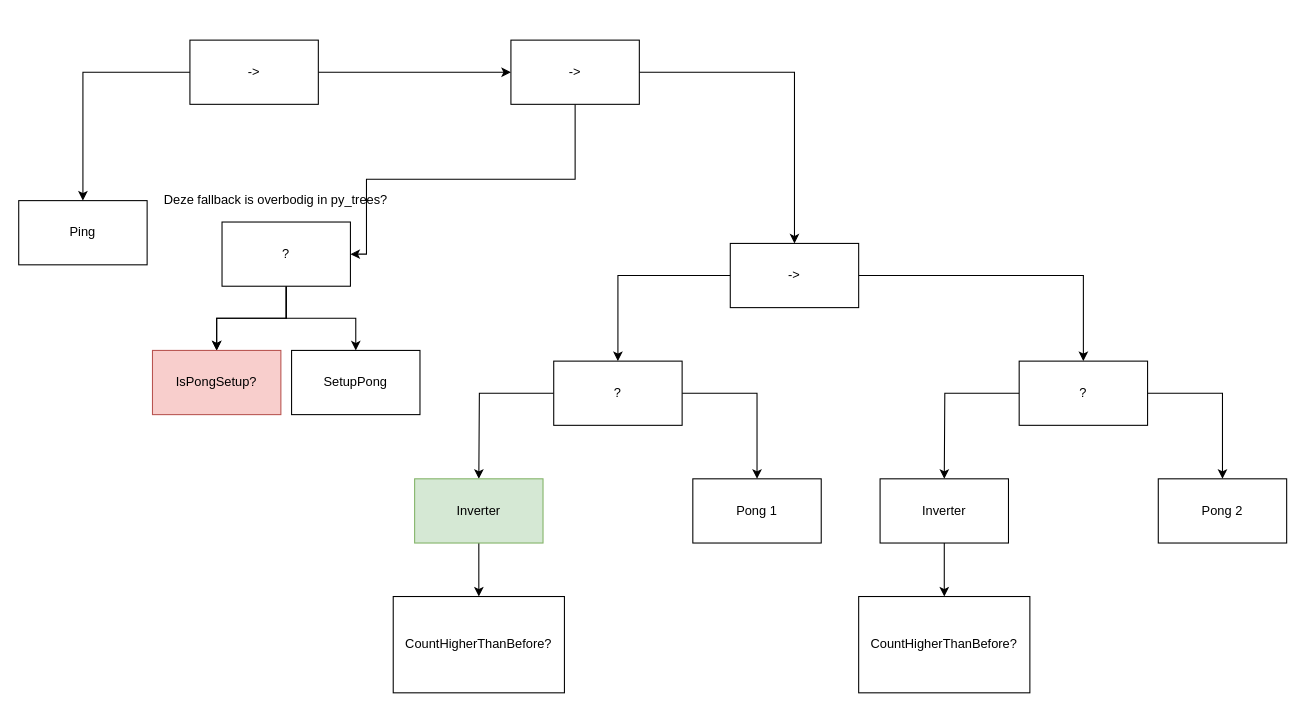
Before: Behaviour trees /ping pong/BT ping pong.drawio in BartvanS/sem-6-tech, a draw.io diagram. Source tidied: cells renumbered, new cells numbered last; positions are measured from the earlier drawing's top-left corner, leaving out a move shared by most shapes. Both pictures are drawn from the tidied source at 107%, with x=0, y=0 at pixel (18, 40).
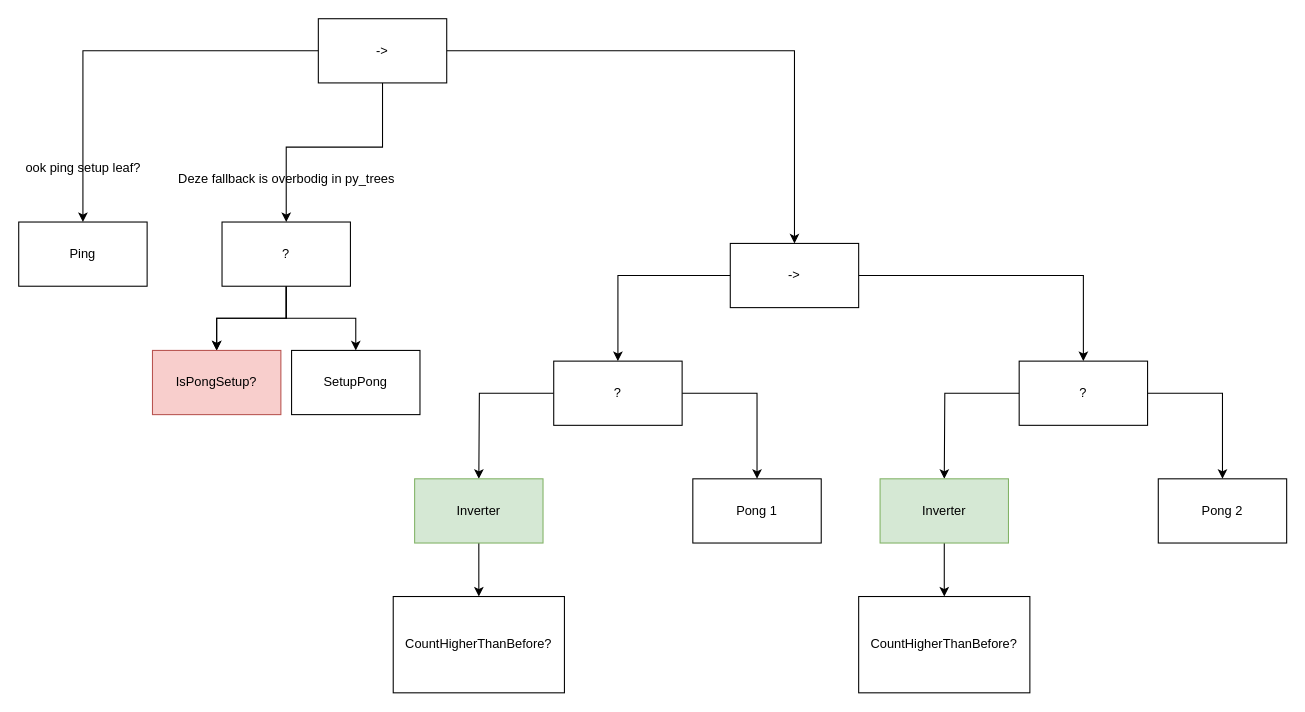
The same page after the edit.

Commit message:
BT ping pong af

Unchanged cells that the change refers to:
```xml
<mxCell id="29" value="?" style="rounded=0;whiteSpace=wrap;html=1;" parent="1" vertex="1">
  <mxGeometry x="190" y="170" width="120" height="60" as="geometry" />
</mxCell>
```

Change to the diagram source:
```diff
@@
     <mxCell id="5" value="Ping" style="whiteSpace=wrap;html=1;strokeColor=default;rounded=0;" parent="1" vertex="1">
-      <mxGeometry y="150" width="120" height="60" as="geometry" />
+      <mxGeometry y="170" width="120" height="60" as="geometry" />
     </mxCell>
@@
-    <mxCell id="7" style="edgeStyle=orthogonalEdgeStyle;rounded=0;jettySize=auto;html=1;entryX=0.5;entryY=0;entryDx=0;entryDy=0;" parent="1" edge="1" source="9" target="5">
+    <mxCell id="7" style="edgeStyle=orthogonalEdgeStyle;rounded=0;jettySize=auto;html=1;entryX=0.5;entryY=0;entryDx=0;entryDy=0;exitX=0;exitY=0.5;exitDx=0;exitDy=0;" parent="1" edge="1" source="25" target="5">
       <mxGeometry relative="1" as="geometry" />
     </mxCell>
-    <mxCell id="8" style="edgeStyle=orthogonalEdgeStyle;rounded=0;jettySize=auto;html=1;" parent="1" edge="1" source="9" target="25">
-      <mxGeometry relative="1" as="geometry" />
-    </mxCell>
-    <mxCell id="9" value="-&amp;gt;" style="rounded=0;whiteSpace=wrap;html=1;" parent="1" vertex="1">
-      <mxGeometry x="160" width="120" height="60" as="geometry" />
-    </mxCell>
@@
-    <mxCell id="22" value="Inverter" style="rounded=0;whiteSpace=wrap;html=1;strokeColor=default;" parent="1" vertex="1">
+    <mxCell id="22" value="Inverter" style="rounded=0;whiteSpace=wrap;html=1;strokeColor=#82b366;fillColor=#d5e8d4;" parent="1" vertex="1">
       <mxGeometry x="805" y="410" width="120" height="60" as="geometry" />
     </mxCell>
@@
-    <mxCell id="24" style="edgeStyle=orthogonalEdgeStyle;rounded=0;jettySize=auto;html=1;" parent="1" edge="1" source="25" target="29">
+    <mxCell id="24" style="edgeStyle=none;html=1;entryX=0.5;entryY=0;entryDx=0;entryDy=0;exitX=0.5;exitY=1;exitDx=0;exitDy=0;rounded=0;" parent="1" edge="1" source="25" target="29">
       <mxGeometry relative="1" as="geometry">
         <Array as="points">
-          <mxPoint x="520" y="130" />
-          <mxPoint x="325" y="130" />
+          <mxPoint x="340" y="100" />
+          <mxPoint x="250" y="100" />
         </Array>
       </mxGeometry>
     </mxCell>
     <mxCell id="25" value="-&amp;gt;" style="rounded=0;whiteSpace=wrap;html=1;" parent="1" vertex="1">
-      <mxGeometry x="460" width="120" height="60" as="geometry" />
+      <mxGeometry x="280" y="-20" width="120" height="60" as="geometry" />
     </mxCell>
@@
-    <mxCell id="32" value="Deze fallback is overbodig in py_trees?" style="text;html=1;align=center;verticalAlign=middle;strokeColor=none;fillColor=none;" parent="1" vertex="1">
-      <mxGeometry x="130" y="140" width="220" height="20" as="geometry" />
+    <mxCell id="32" value="Deze fallback is overbodig in py_trees" style="text;html=1;align=center;verticalAlign=middle;strokeColor=none;fillColor=none;" parent="1" vertex="1">
+      <mxGeometry x="140" y="120" width="220" height="20" as="geometry" />
     </mxCell>
+    <mxCell id="33" value="ook ping setup leaf?" style="text;html=1;align=center;verticalAlign=middle;strokeColor=none;fillColor=none;" parent="1" vertex="1">
+      <mxGeometry y="110" width="120" height="20" as="geometry" />
+    </mxCell>
```
